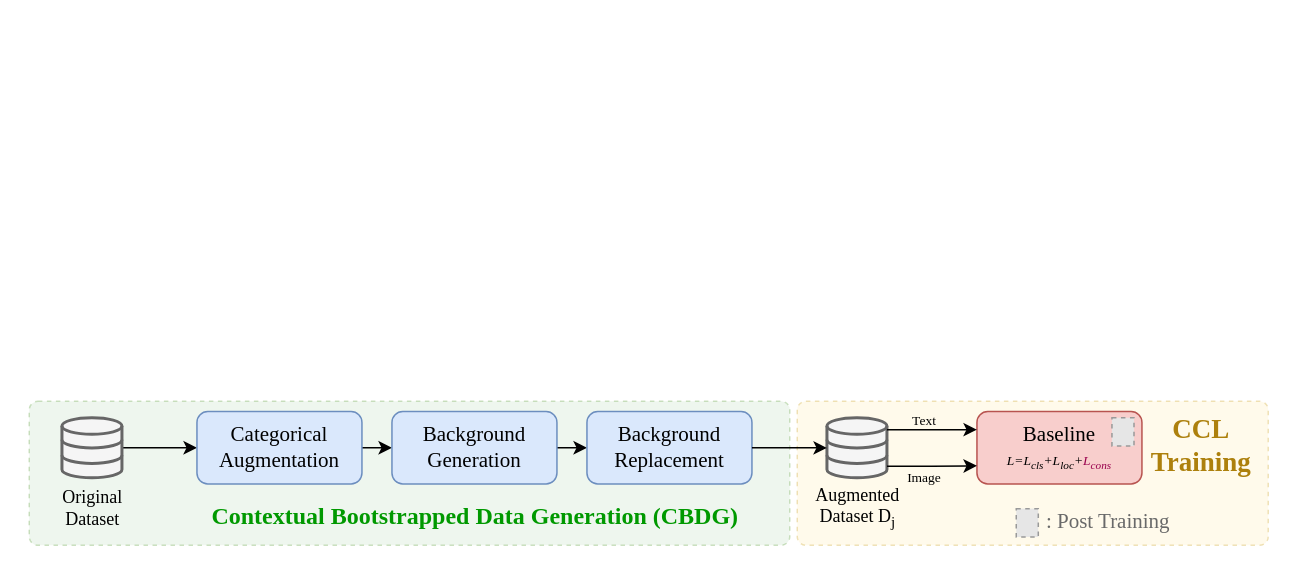
The draw.io diagram overview.drawio in bozhao-li/hello-world, before the edit. Source tidied: cells renumbered, new cells numbered last; positions are measured from the earlier drawing's top-left corner, leaving out a move shared by most shapes. Both pictures are drawn from the tidied source at 150%, with x=0, y=0 at pixel (28, 400). Pictures stored in the file or linked from it are replaced by grey dashed boxes.
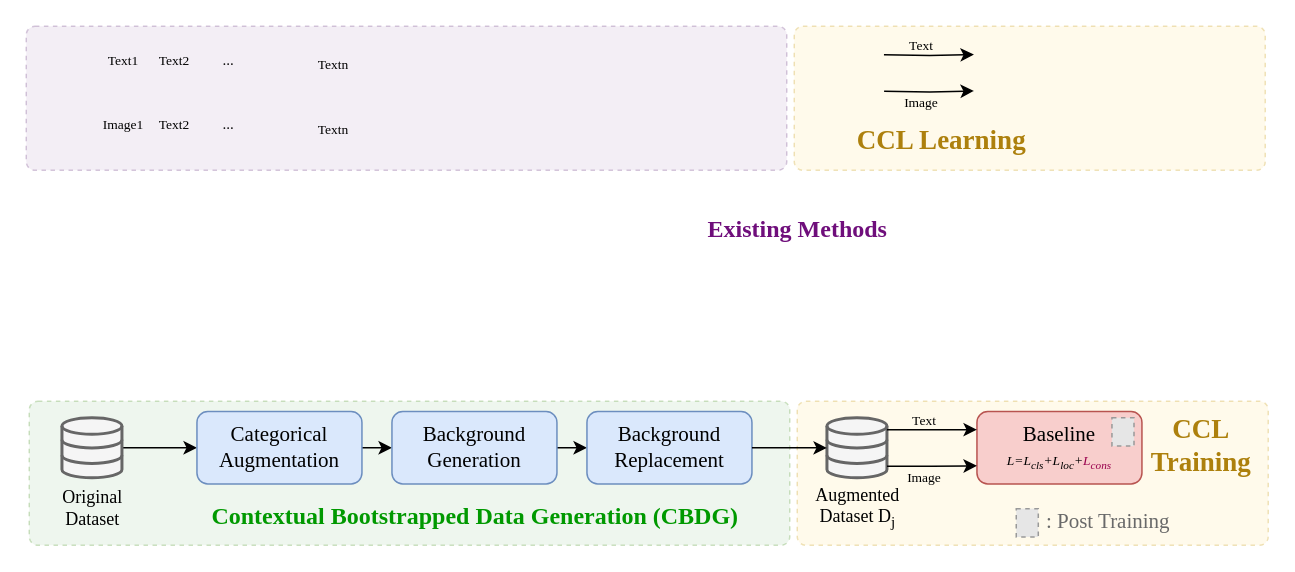
After the change.

The edit, as a diff of the source:
```diff
@@
+    <mxCell id="25" style="rounded=1;whiteSpace=wrap;html=1;fillColor=#fff2cc;dashed=1;arcSize=6;strokeColor=#d6b656;opacity=40;" parent="1" vertex="1">
+      <mxGeometry x="510" y="-250" width="314" height="96" as="geometry" />
+    </mxCell>
+    <mxCell id="26" style="rounded=1;whiteSpace=wrap;html=1;fillColor=#e1d5e7;dashed=1;arcSize=6;strokeColor=#9673a6;opacity=40;" parent="1" vertex="1">
+      <mxGeometry x="-2" y="-250" width="507" height="96" as="geometry" />
+    </mxCell>
+    <mxCell id="27" value="&lt;font style=&quot;color: light-dark(rgb(111, 14, 123), rgb(1, 119, 1));&quot; face=&quot;Times New Roman&quot;&gt;&lt;span style=&quot;font-size: 16px;&quot;&gt;&lt;b style=&quot;&quot;&gt;Existing Methods&lt;/b&gt;&lt;/span&gt;&lt;/font&gt;" style="text;html=1;align=center;verticalAlign=middle;strokeColor=none;fillColor=none;" parent="1" vertex="1">
+      <mxGeometry x="441.8" y="-130" width="140" height="30" as="geometry" />
+    </mxCell>
+    <mxCell id="28" style="edgeStyle=orthogonalEdgeStyle;rounded=0;orthogonalLoop=1;jettySize=auto;html=1;entryX=0;entryY=0.25;entryDx=0;entryDy=0;exitX=1;exitY=0.199;exitDx=0;exitDy=0;exitPerimeter=0;" parent="1" edge="1">
+      <mxGeometry relative="1" as="geometry">
+        <mxPoint x="569.8" y="-231" as="sourcePoint" />
+        <mxPoint x="629.8" y="-231.1" as="targetPoint" />
+      </mxGeometry>
+    </mxCell>
+    <mxCell id="29" style="edgeStyle=orthogonalEdgeStyle;rounded=0;orthogonalLoop=1;jettySize=auto;html=1;entryX=0;entryY=0.75;entryDx=0;entryDy=0;exitX=1.001;exitY=0.809;exitDx=0;exitDy=0;exitPerimeter=0;" parent="1" edge="1">
+      <mxGeometry relative="1" as="geometry">
+        <mxPoint x="569.9" y="-206.6" as="sourcePoint" />
+        <mxPoint x="629.8" y="-206.9" as="targetPoint" />
+      </mxGeometry>
+    </mxCell>
+    <mxCell id="30" value="&lt;font style=&quot;font-size: 9px;&quot; face=&quot;Times New Roman&quot;&gt;Text&lt;/font&gt;" style="text;html=1;align=center;verticalAlign=middle;whiteSpace=wrap;rounded=0;" parent="1" vertex="1">
+      <mxGeometry x="579.8" y="-243.1" width="30" height="10" as="geometry" />
+    </mxCell>
+    <mxCell id="31" value="&lt;font style=&quot;font-size: 9px;&quot; face=&quot;Times New Roman&quot;&gt;Image&lt;/font&gt;" style="text;html=1;align=center;verticalAlign=middle;whiteSpace=wrap;rounded=0;" parent="1" vertex="1">
+      <mxGeometry x="579.8" y="-204.9" width="30" height="10" as="geometry" />
+    </mxCell>
+    <mxCell id="32" value="&lt;b style=&quot;color: rgb(173, 128, 13); font-family: &amp;quot;Times New Roman&amp;quot;; font-size: 18px;&quot;&gt;CCL Learning&lt;/b&gt;" style="text;html=1;align=center;verticalAlign=middle;strokeColor=none;fillColor=none;" parent="1" vertex="1">
+      <mxGeometry x="538" y="-194" width="140" height="40" as="geometry" />
+    </mxCell>
+    <mxCell id="33" value="&lt;font style=&quot;font-size: 9px;&quot; face=&quot;Times New Roman&quot;&gt;Text1&lt;/font&gt;" style="text;html=1;align=center;verticalAlign=middle;whiteSpace=wrap;rounded=0;" parent="1" vertex="1">
+      <mxGeometry x="48" y="-233.1" width="30" height="10" as="geometry" />
+    </mxCell>
+    <mxCell id="34" value="&lt;font style=&quot;font-size: 9px;&quot; face=&quot;Times New Roman&quot;&gt;Text2&lt;/font&gt;" style="text;html=1;align=center;verticalAlign=middle;whiteSpace=wrap;rounded=0;" parent="1" vertex="1">
+      <mxGeometry x="81.8" y="-233.1" width="30" height="10" as="geometry" />
+    </mxCell>
+    <mxCell id="35" value="&lt;font size=&quot;1&quot; face=&quot;Times New Roman&quot;&gt;...&lt;/font&gt;" style="text;html=1;align=center;verticalAlign=middle;whiteSpace=wrap;rounded=0;" parent="1" vertex="1">
+      <mxGeometry x="118" y="-233.1" width="30" height="10" as="geometry" />
+    </mxCell>
+    <mxCell id="36" value="&lt;font style=&quot;font-size: 9px;&quot; face=&quot;Times New Roman&quot;&gt;Textn&lt;/font&gt;" style="text;html=1;align=center;verticalAlign=middle;whiteSpace=wrap;rounded=0;" parent="1" vertex="1">
+      <mxGeometry x="188" y="-230" width="30" height="10" as="geometry" />
+    </mxCell>
+    <mxCell id="37" value="&lt;font style=&quot;font-size: 9px;&quot; face=&quot;Times New Roman&quot;&gt;Image1&lt;/font&gt;" style="text;html=1;align=center;verticalAlign=middle;whiteSpace=wrap;rounded=0;" parent="1" vertex="1">
+      <mxGeometry x="48" y="-190" width="30" height="10" as="geometry" />
+    </mxCell>
+    <mxCell id="38" value="&lt;font style=&quot;font-size: 9px;&quot; face=&quot;Times New Roman&quot;&gt;Text2&lt;/font&gt;" style="text;html=1;align=center;verticalAlign=middle;whiteSpace=wrap;rounded=0;" parent="1" vertex="1">
+      <mxGeometry x="81.8" y="-190" width="30" height="10" as="geometry" />
+    </mxCell>
+    <mxCell id="39" value="&lt;font size=&quot;1&quot; face=&quot;Times New Roman&quot;&gt;...&lt;/font&gt;" style="text;html=1;align=center;verticalAlign=middle;whiteSpace=wrap;rounded=0;" parent="1" vertex="1">
+      <mxGeometry x="118" y="-190" width="30" height="10" as="geometry" />
+    </mxCell>
+    <mxCell id="40" value="&lt;font style=&quot;font-size: 9px;&quot; face=&quot;Times New Roman&quot;&gt;Textn&lt;/font&gt;" style="text;html=1;align=center;verticalAlign=middle;whiteSpace=wrap;rounded=0;" parent="1" vertex="1">
+      <mxGeometry x="188" y="-186.9" width="30" height="10" as="geometry" />
+    </mxCell>
```
